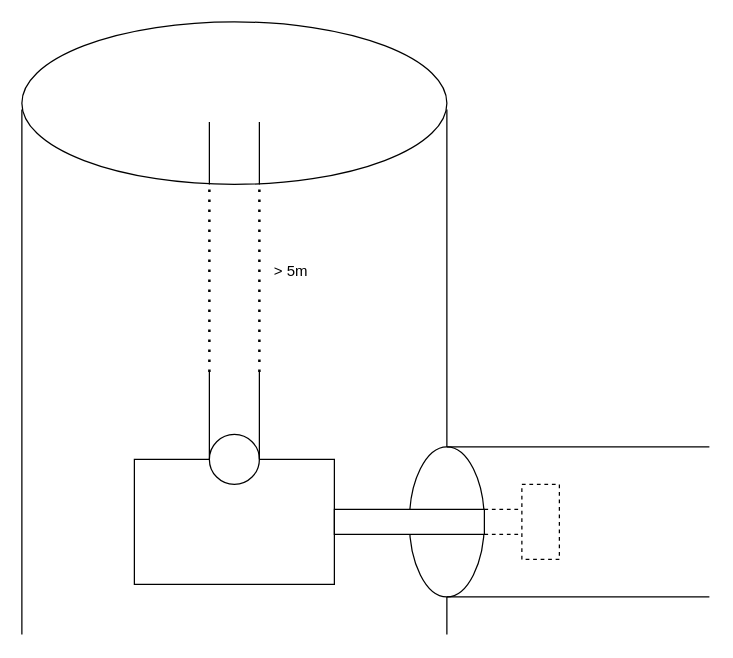
Earlier version of the draw.io diagram data/Diagrams/diagram_3.drawio (danimp94/Sewer-Pipes-Measurement). Source tidied: cells renumbered, new cells numbered last; positions are measured from the earlier drawing's top-left corner, leaving out a move shared by most shapes. Both pictures are drawn from the tidied source at 125%, with x=0, y=0 at pixel (21, 21).
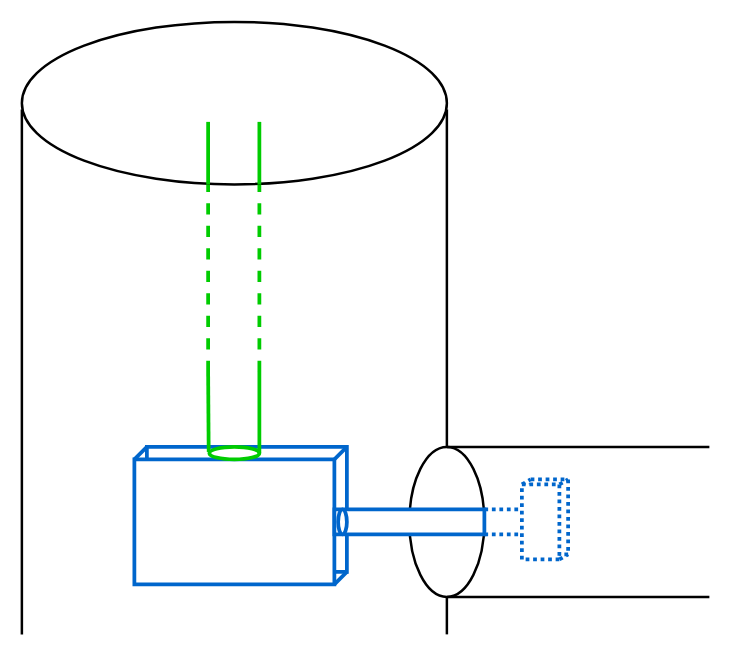
Above is the later version.

Diff of the diagram source:
```diff
@@
+    <mxCell id="22" style="rounded=0;whiteSpace=wrap;html=1;dashed=1;strokeColor=#0066CC;strokeWidth=3;dashPattern=1 1;" parent="1" vertex="1">
+      <mxGeometry x="407" y="366" width="30" height="60" as="geometry" />
+    </mxCell>
+    <mxCell id="12" style="ellipse;whiteSpace=wrap;html=1;strokeColor=#000000;fillColor=none;strokeWidth=2;" parent="1" vertex="1">
+      <mxGeometry width="340" height="130" as="geometry" />
+    </mxCell>
+    <mxCell id="3" style="rounded=0;whiteSpace=wrap;html=1;dashed=1;strokeColor=#0066CC;strokeWidth=3;dashPattern=1 1;" parent="1" vertex="1">
+      <mxGeometry x="400" y="370" width="30" height="60" as="geometry" />
+    </mxCell>
+    <mxCell id="23" style="rounded=0;whiteSpace=wrap;html=1;strokeWidth=3;strokeColor=#0066CC;" parent="1" vertex="1">
+      <mxGeometry x="100" y="340" width="160" height="100" as="geometry" />
+    </mxCell>
-    <mxCell id="2" style="rounded=0;whiteSpace=wrap;html=1;" parent="1" vertex="1">
+    <mxCell id="2" style="rounded=0;whiteSpace=wrap;html=1;strokeWidth=3;strokeColor=#0066CC;" parent="1" vertex="1">
       <mxGeometry x="90" y="350" width="160" height="100" as="geometry" />
     </mxCell>
-    <mxCell id="3" style="rounded=0;whiteSpace=wrap;html=1;dashed=1;" parent="1" vertex="1">
-      <mxGeometry x="400" y="370" width="30" height="60" as="geometry" />
-    </mxCell>
-    <mxCell id="4" style="ellipse;whiteSpace=wrap;html=1;" parent="1" vertex="1">
-      <mxGeometry x="150" y="330" width="40" height="40" as="geometry" />
-    </mxCell>
-    <mxCell id="5" style="endArrow=none;html=1;rounded=0;" parent="1" edge="1">
-      <mxGeometry relative="1" as="geometry">
-        <mxPoint x="190" y="350" as="sourcePoint" />
-        <mxPoint x="190" y="280" as="targetPoint" />
-      </mxGeometry>
-    </mxCell>
-    <mxCell id="6" style="endArrow=none;html=1;rounded=0;" parent="1" edge="1">
+    <mxCell id="6" style="endArrow=none;html=1;rounded=0;strokeColor=#00CC00;strokeWidth=3;exitX=-0.014;exitY=0.4;exitDx=0;exitDy=0;exitPerimeter=0;" parent="1" edge="1" source="24">
       <mxGeometry relative="1" as="geometry">
-        <mxPoint x="150" y="350" as="sourcePoint" />
-        <mxPoint x="150" y="280" as="targetPoint" />
+        <mxPoint x="149" y="280" as="targetPoint" />
       </mxGeometry>
     </mxCell>
+    <mxCell id="8" style="endArrow=none;dashed=1;html=1;strokeWidth=3;rounded=0;fillColor=#00CC00;strokeColor=#00CC00;" parent="1" edge="1">
+      <mxGeometry relative="1" as="geometry">
+        <mxPoint x="190" y="280" as="sourcePoint" />
+        <mxPoint x="190" y="130" as="targetPoint" />
+      </mxGeometry>
+    </mxCell>
-    <mxCell id="7" style="endArrow=none;dashed=1;html=1;dashPattern=1 3;strokeWidth=2;rounded=0;" parent="1" edge="1">
+    <mxCell id="7" style="endArrow=none;dashed=1;html=1;strokeWidth=3;rounded=0;strokeColor=#00CC00;" parent="1" edge="1">
       <mxGeometry relative="1" as="geometry">
-        <mxPoint x="150" y="280" as="sourcePoint" />
-        <mxPoint x="150" y="130" as="targetPoint" />
+        <mxPoint x="149" y="280" as="sourcePoint" />
+        <mxPoint x="149" y="130" as="targetPoint" />
       </mxGeometry>
     </mxCell>
-    <mxCell id="8" style="endArrow=none;dashed=1;html=1;dashPattern=1 3;strokeWidth=2;rounded=0;" parent="1" edge="1">
-      <mxGeometry relative="1" as="geometry">
-        <mxPoint x="190" y="280" as="sourcePoint" />
-        <mxPoint x="190" y="130" as="targetPoint" />
-      </mxGeometry>
-    </mxCell>
-    <mxCell id="9" value="&amp;gt; 5m" style="text;html=1;align=center;verticalAlign=middle;strokeColor=none;fillColor=none;" parent="1" vertex="1">
-      <mxGeometry x="195" y="190" width="40" height="20" as="geometry" />
-    </mxCell>
-    <mxCell id="10" style="endArrow=none;html=1;rounded=0;" parent="1" edge="1">
+    <mxCell id="10" style="endArrow=none;html=1;rounded=0;strokeWidth=3;strokeColor=#00CC00;" parent="1" edge="1">
       <mxGeometry relative="1" as="geometry">
-        <mxPoint x="150" y="130" as="sourcePoint" />
-        <mxPoint x="150" y="80" as="targetPoint" />
+        <mxPoint x="149" y="130" as="sourcePoint" />
+        <mxPoint x="149" y="80" as="targetPoint" />
       </mxGeometry>
     </mxCell>
+    <mxCell id="13" style="endArrow=none;html=1;rounded=0;strokeWidth=2;" parent="1" edge="1">
+      <mxGeometry relative="1" as="geometry">
+        <mxPoint y="490" as="sourcePoint" />
+        <mxPoint y="70" as="targetPoint" />
+      </mxGeometry>
+    </mxCell>
-    <mxCell id="11" style="endArrow=none;html=1;rounded=0;" parent="1" edge="1">
+    <mxCell id="11" style="endArrow=none;html=1;rounded=0;strokeColor=#00CC00;strokeWidth=3;" parent="1" edge="1">
       <mxGeometry relative="1" as="geometry">
         <mxPoint x="190" y="130" as="sourcePoint" />
         <mxPoint x="190" y="80" as="targetPoint" />
       </mxGeometry>
     </mxCell>
-    <mxCell id="12" style="ellipse;whiteSpace=wrap;html=1;strokeColor=#000000;fillColor=none;" parent="1" vertex="1">
-      <mxGeometry width="340" height="130" as="geometry" />
-    </mxCell>
-    <mxCell id="13" style="endArrow=none;html=1;rounded=0;" parent="1" edge="1">
-      <mxGeometry relative="1" as="geometry">
-        <mxPoint y="490" as="sourcePoint" />
-        <mxPoint y="70" as="targetPoint" />
-      </mxGeometry>
-    </mxCell>
-    <mxCell id="14" style="endArrow=none;html=1;rounded=0;" parent="1" edge="1">
+    <mxCell id="14" style="endArrow=none;html=1;rounded=0;strokeWidth=2;" parent="1" edge="1">
       <mxGeometry relative="1" as="geometry">
         <mxPoint x="340" y="340" as="sourcePoint" />
         <mxPoint x="340" y="70" as="targetPoint" />
       </mxGeometry>
     </mxCell>
-    <mxCell id="15" style="ellipse;whiteSpace=wrap;html=1;strokeColor=#000000;fillColor=none;rotation=90;" parent="1" vertex="1">
+    <mxCell id="15" style="ellipse;whiteSpace=wrap;html=1;strokeColor=#000000;fillColor=none;rotation=90;strokeWidth=2;" parent="1" vertex="1">
       <mxGeometry x="280" y="370" width="120" height="60" as="geometry" />
     </mxCell>
-    <mxCell id="16" style="endArrow=none;html=1;rounded=0;" parent="1" edge="1">
+    <mxCell id="16" style="endArrow=none;html=1;rounded=0;strokeWidth=2;" parent="1" edge="1">
       <mxGeometry relative="1" as="geometry">
         <mxPoint x="340" y="340" as="sourcePoint" />
         <mxPoint x="550" y="340" as="targetPoint" />
       </mxGeometry>
     </mxCell>
-    <mxCell id="17" style="endArrow=none;html=1;rounded=0;" parent="1" edge="1">
+    <mxCell id="17" style="endArrow=none;html=1;rounded=0;strokeWidth=2;" parent="1" edge="1">
       <mxGeometry relative="1" as="geometry">
         <mxPoint x="340" y="460" as="sourcePoint" />
         <mxPoint x="550" y="460" as="targetPoint" />
       </mxGeometry>
     </mxCell>
-    <mxCell id="18" style="rounded=0;whiteSpace=wrap;html=1;strokeColor=#000000;fillColor=default;" parent="1" vertex="1">
+    <mxCell id="18" style="rounded=0;whiteSpace=wrap;html=1;strokeColor=#0066CC;fillColor=default;strokeWidth=3;" parent="1" vertex="1">
       <mxGeometry x="250" y="390" width="120" height="20" as="geometry" />
     </mxCell>
-    <mxCell id="19" style="endArrow=none;html=1;rounded=0;" parent="1" edge="1">
+    <mxCell id="19" style="endArrow=none;html=1;rounded=0;strokeWidth=2;" parent="1" edge="1">
       <mxGeometry relative="1" as="geometry">
         <mxPoint x="340" y="490" as="sourcePoint" />
         <mxPoint x="340" y="460" as="targetPoint" />
       </mxGeometry>
     </mxCell>
-    <mxCell id="20" style="endArrow=none;dashed=1;html=1;rounded=0;entryX=0;entryY=0.667;entryDx=0;entryDy=0;entryPerimeter=0;" parent="1" edge="1" target="3">
+    <mxCell id="20" style="endArrow=none;dashed=1;html=1;rounded=0;entryX=0;entryY=0.667;entryDx=0;entryDy=0;entryPerimeter=0;strokeWidth=3;strokeColor=#0066CC;dashPattern=1 1;" parent="1" edge="1" target="3">
       <mxGeometry relative="1" as="geometry">
         <mxPoint x="370" y="410" as="sourcePoint" />
       </mxGeometry>
     </mxCell>
-    <mxCell id="21" style="endArrow=none;dashed=1;html=1;rounded=0;entryX=0;entryY=0.667;entryDx=0;entryDy=0;entryPerimeter=0;" parent="1" edge="1">
+    <mxCell id="21" style="endArrow=none;dashed=1;html=1;rounded=0;entryX=0;entryY=0.667;entryDx=0;entryDy=0;entryPerimeter=0;strokeWidth=3;strokeColor=#0066CC;dashPattern=1 1;" parent="1" edge="1">
       <mxGeometry relative="1" as="geometry">
         <mxPoint x="370" y="390" as="sourcePoint" />
         <mxPoint x="400" y="390" as="targetPoint" />
       </mxGeometry>
     </mxCell>
+    <mxCell id="24" style="ellipse;whiteSpace=wrap;html=1;strokeWidth=3;strokeColor=#00CC00;" parent="1" vertex="1">
+      <mxGeometry x="150" y="340" width="40" height="10" as="geometry" />
+    </mxCell>
+    <mxCell id="25" style="endArrow=none;html=1;rounded=0;strokeColor=#00CC00;strokeWidth=3;exitX=1;exitY=0.5;exitDx=0;exitDy=0;" parent="1" edge="1" source="24">
+      <mxGeometry relative="1" as="geometry">
+        <mxPoint x="190" y="280" as="targetPoint" />
+      </mxGeometry>
+    </mxCell>
+    <mxCell id="26" style="endArrow=none;html=1;rounded=0;strokeColor=#0066CC;strokeWidth=3;fillColor=#00CC00;exitX=0;exitY=0;exitDx=0;exitDy=0;entryX=0;entryY=0;entryDx=0;entryDy=0;" parent="1" edge="1" source="2" target="23">
+      <mxGeometry relative="1" as="geometry" />
+    </mxCell>
+    <mxCell id="27" style="endArrow=none;html=1;rounded=0;strokeColor=#0066CC;strokeWidth=3;fillColor=#00CC00;exitX=1;exitY=0;exitDx=0;exitDy=0;entryX=1;entryY=0;entryDx=0;entryDy=0;" parent="1" edge="1" source="2" target="23">
+      <mxGeometry relative="1" as="geometry" />
+    </mxCell>
+    <mxCell id="28" style="endArrow=none;html=1;rounded=0;strokeColor=#0066CC;strokeWidth=3;fillColor=#00CC00;exitX=1;exitY=1;exitDx=0;exitDy=0;entryX=1;entryY=1;entryDx=0;entryDy=0;" parent="1" edge="1" source="2" target="23">
+      <mxGeometry relative="1" as="geometry" />
+    </mxCell>
+    <mxCell id="29" style="ellipse;whiteSpace=wrap;html=1;strokeColor=#0066CC;strokeWidth=3;" parent="1" vertex="1">
+      <mxGeometry x="253" y="390" width="7" height="20" as="geometry" />
+    </mxCell>
+    <mxCell id="30" style="endArrow=none;html=1;rounded=0;strokeColor=#0066CC;strokeWidth=3;fillColor=#00CC00;exitX=0;exitY=0;exitDx=0;exitDy=0;entryX=0;entryY=0;entryDx=0;entryDy=0;dashed=1;dashPattern=1 1;" parent="1" edge="1" source="3" target="22">
+      <mxGeometry relative="1" as="geometry" />
+    </mxCell>
+    <mxCell id="31" style="endArrow=none;html=1;rounded=0;strokeColor=#0066CC;strokeWidth=3;fillColor=#00CC00;exitX=1;exitY=0;exitDx=0;exitDy=0;entryX=1;entryY=0;entryDx=0;entryDy=0;dashed=1;dashPattern=1 1;" parent="1" edge="1" source="3" target="22">
+      <mxGeometry relative="1" as="geometry" />
+    </mxCell>
+    <mxCell id="32" style="endArrow=none;html=1;rounded=0;strokeColor=#0066CC;strokeWidth=3;fillColor=#00CC00;exitX=1;exitY=1;exitDx=0;exitDy=0;entryX=1;entryY=1;entryDx=0;entryDy=0;dashed=1;dashPattern=1 1;" parent="1" edge="1" source="3" target="22">
+      <mxGeometry relative="1" as="geometry" />
+    </mxCell>
```
